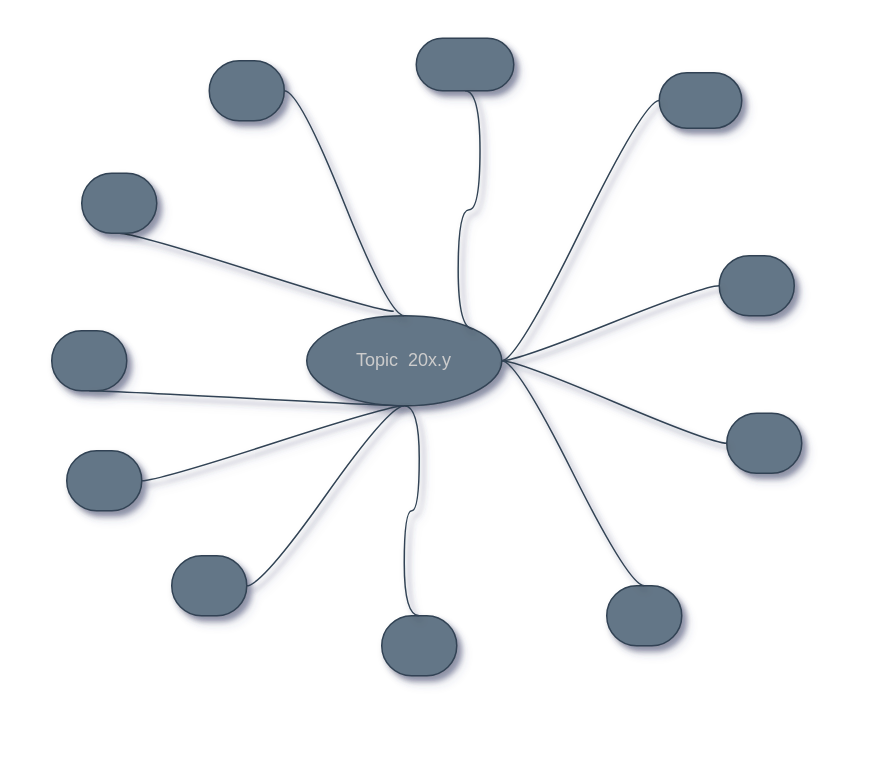
The draw.io diagram MindMaps/mindmap-209.1.drawio in marcossilvestrini/learning-lpic-2-202-450, before the edit. Source tidied: cells renumbered, new cells numbered last; positions are measured from the earlier drawing's top-left corner, leaving out a move shared by most shapes. Both pictures are drawn from the tidied source at 150%, with x=0, y=0 at pixel (51, 38).
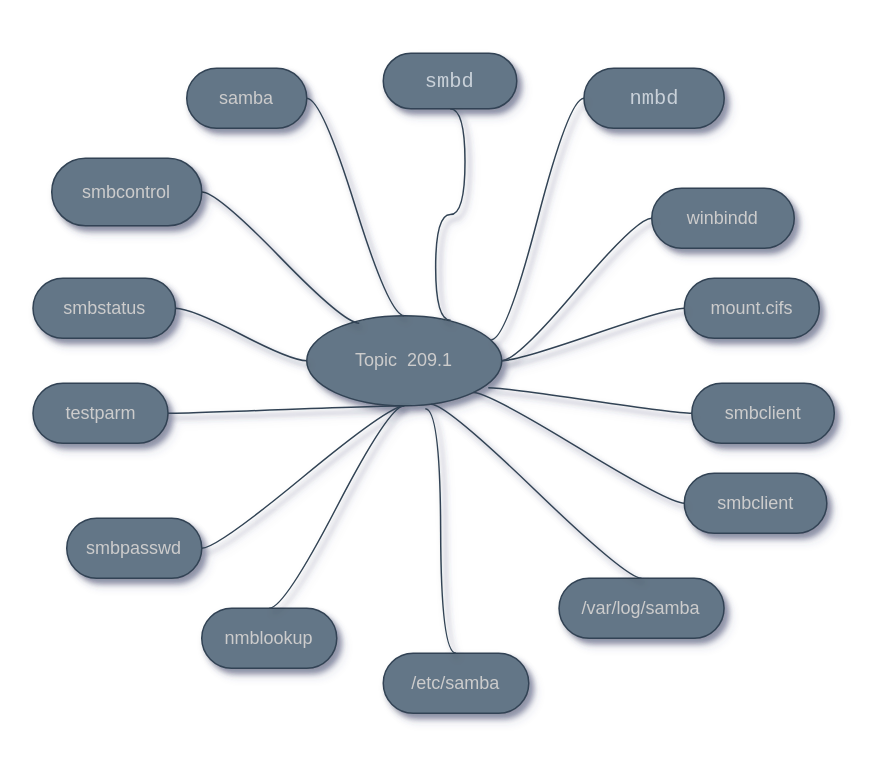
The same page after the edit.

What changed in the source:
```diff
@@
-    <mxCell id="2" value="Topic&amp;nbsp; 20x.y" style="ellipse;whiteSpace=wrap;html=1;align=center;newEdgeStyle={&quot;edgeStyle&quot;:&quot;entityRelationEdgeStyle&quot;,&quot;startArrow&quot;:&quot;none&quot;,&quot;endArrow&quot;:&quot;none&quot;,&quot;segment&quot;:10,&quot;curved&quot;:1};fillColor=#647687;fontColor=#CCCCCC;strokeColor=#314354;shadow=1;sketch=0;" parent="1" vertex="1">
+    <mxCell id="2" value="Topic&amp;nbsp; 209.1" style="ellipse;whiteSpace=wrap;html=1;align=center;newEdgeStyle={&quot;edgeStyle&quot;:&quot;entityRelationEdgeStyle&quot;,&quot;startArrow&quot;:&quot;none&quot;,&quot;endArrow&quot;:&quot;none&quot;,&quot;segment&quot;:10,&quot;curved&quot;:1};fillColor=#647687;fontColor=#CCCCCC;strokeColor=#314354;shadow=1;sketch=0;" parent="1" vertex="1">
       <mxGeometry x="170" y="185" width="130" height="60" as="geometry" />
     </mxCell>
-    <mxCell id="3" style="whiteSpace=wrap;html=1;rounded=1;arcSize=50;align=center;verticalAlign=middle;strokeWidth=1;spacing=4;newEdgeStyle={&quot;edgeStyle&quot;:&quot;entityRelationEdgeStyle&quot;,&quot;startArrow&quot;:&quot;none&quot;,&quot;endArrow&quot;:&quot;none&quot;,&quot;segment&quot;:10,&quot;curved&quot;:1};fillColor=#647687;fontColor=#CCCCCC;strokeColor=#314354;shadow=1;sketch=0;" parent="1" vertex="1">
-      <mxGeometry x="10" y="275" width="50" height="40" as="geometry" />
+    <mxCell id="3" value="testparm" style="whiteSpace=wrap;html=1;rounded=1;arcSize=50;align=center;verticalAlign=middle;strokeWidth=1;spacing=4;newEdgeStyle={&quot;edgeStyle&quot;:&quot;entityRelationEdgeStyle&quot;,&quot;startArrow&quot;:&quot;none&quot;,&quot;endArrow&quot;:&quot;none&quot;,&quot;segment&quot;:10,&quot;curved&quot;:1};fillColor=#647687;fontColor=#CCCCCC;strokeColor=#314354;shadow=1;sketch=0;" parent="1" vertex="1">
+      <mxGeometry x="-12.5" y="230" width="90" height="40" as="geometry" />
     </mxCell>
@@
-    <mxCell id="5" value="&lt;pre style=&quot;box-sizing: border-box ; font-family: , , &amp;#34;sf mono&amp;#34; , &amp;#34;menlo&amp;#34; , &amp;#34;consolas&amp;#34; , &amp;#34;liberation mono&amp;#34; , monospace ; font-size: 13.6px ; margin-top: 0px ; margin-bottom: 0px ; overflow-wrap: normal ; padding: 16px ; overflow: auto ; line-height: 1.45 ; border-radius: 6px ; word-break: normal ; color: rgb(201 , 209 , 217)&quot;&gt;&lt;br&gt;&lt;/pre&gt;" style="whiteSpace=wrap;html=1;rounded=1;arcSize=50;align=center;verticalAlign=middle;strokeWidth=1;spacing=4;newEdgeStyle={&quot;edgeStyle&quot;:&quot;entityRelationEdgeStyle&quot;,&quot;startArrow&quot;:&quot;none&quot;,&quot;endArrow&quot;:&quot;none&quot;,&quot;segment&quot;:10,&quot;curved&quot;:1};fillColor=#647687;fontColor=#CCCCCC;strokeColor=#314354;shadow=1;sketch=0;" parent="1" vertex="1">
-      <mxGeometry x="243" width="65" height="35" as="geometry" />
+    <mxCell id="5" value="&lt;pre style=&quot;box-sizing: border-box; margin-top: 0px; margin-bottom: 0px; overflow-wrap: normal; padding: 16px; overflow: auto; line-height: 1.45; border-radius: 6px; word-break: normal;&quot;&gt;&lt;font color=&quot;#c9d1d9&quot;&gt;&lt;span style=&quot;font-size: 13.6px;&quot;&gt;smbd&lt;br&gt;&lt;/span&gt;&lt;/font&gt;&lt;/pre&gt;" style="whiteSpace=wrap;html=1;rounded=1;arcSize=50;align=center;verticalAlign=middle;strokeWidth=1;spacing=4;newEdgeStyle={&quot;edgeStyle&quot;:&quot;entityRelationEdgeStyle&quot;,&quot;startArrow&quot;:&quot;none&quot;,&quot;endArrow&quot;:&quot;none&quot;,&quot;segment&quot;:10,&quot;curved&quot;:1};fillColor=#647687;fontColor=#CCCCCC;strokeColor=#314354;shadow=1;sketch=0;" parent="1" vertex="1">
+      <mxGeometry x="221" y="10" width="89" height="37" as="geometry" />
     </mxCell>
-    <mxCell id="6" style="edgeStyle=entityRelationEdgeStyle;startArrow=none;endArrow=none;segment=10;curved=1;exitX=1;exitY=0;exitDx=0;exitDy=0;fillColor=#647687;strokeColor=#314354;fontColor=#CCCCCC;shadow=1;sketch=0;entryX=0.5;entryY=1;entryDx=0;entryDy=0;" parent="1" edge="1" source="2" target="5">
+    <mxCell id="6" style="edgeStyle=entityRelationEdgeStyle;startArrow=none;endArrow=none;segment=10;curved=1;exitX=0.738;exitY=0.05;exitDx=0;exitDy=0;fillColor=#647687;strokeColor=#314354;fontColor=#CCCCCC;shadow=1;sketch=0;entryX=0.5;entryY=1;entryDx=0;entryDy=0;exitPerimeter=0;" parent="1" edge="1" source="2" target="5">
       <mxGeometry relative="1" as="geometry" />
     </mxCell>
-    <mxCell id="7" style="edgeStyle=entityRelationEdgeStyle;startArrow=none;endArrow=none;segment=10;curved=1;exitX=0.446;exitY=-0.05;exitDx=0;exitDy=0;fillColor=#647687;strokeColor=#314354;shadow=1;fontColor=#CCCCCC;sketch=0;entryX=0.5;entryY=1;entryDx=0;entryDy=0;exitPerimeter=0;" parent="1" edge="1" source="2" target="24">
+    <mxCell id="7" style="edgeStyle=entityRelationEdgeStyle;startArrow=none;endArrow=none;segment=10;curved=1;exitX=0.269;exitY=0.083;exitDx=0;exitDy=0;fillColor=#647687;strokeColor=#314354;shadow=1;fontColor=#CCCCCC;sketch=0;entryX=1;entryY=0.5;entryDx=0;entryDy=0;exitPerimeter=0;" parent="1" edge="1" source="2" target="24">
       <mxGeometry relative="1" as="geometry" />
     </mxCell>
-    <mxCell id="8" value="&lt;pre style=&quot;box-sizing: border-box ; font-family: , , &amp;#34;sf mono&amp;#34; , &amp;#34;menlo&amp;#34; , &amp;#34;consolas&amp;#34; , &amp;#34;liberation mono&amp;#34; , monospace ; font-size: 13.6px ; margin-top: 0px ; margin-bottom: 0px ; overflow-wrap: normal ; padding: 16px ; overflow: auto ; line-height: 1.45 ; border-radius: 6px ; word-break: normal ; color: rgb(201 , 209 , 217)&quot;&gt;&lt;br&gt;&lt;/pre&gt;" style="whiteSpace=wrap;html=1;rounded=1;arcSize=50;align=center;verticalAlign=middle;strokeWidth=1;spacing=4;newEdgeStyle={&quot;edgeStyle&quot;:&quot;entityRelationEdgeStyle&quot;,&quot;startArrow&quot;:&quot;none&quot;,&quot;endArrow&quot;:&quot;none&quot;,&quot;segment&quot;:10,&quot;curved&quot;:1};fillColor=#647687;fontColor=#CCCCCC;strokeColor=#314354;shadow=1;sketch=0;" parent="1" vertex="1">
-      <mxGeometry x="405" y="23" width="55" height="37" as="geometry" />
+    <mxCell id="8" value="&lt;pre style=&quot;box-sizing: border-box ; font-family: , , &amp;quot;sf mono&amp;quot; , &amp;quot;menlo&amp;quot; , &amp;quot;consolas&amp;quot; , &amp;quot;liberation mono&amp;quot; , monospace ; font-size: 13.6px ; margin-top: 0px ; margin-bottom: 0px ; overflow-wrap: normal ; padding: 16px ; overflow: auto ; line-height: 1.45 ; border-radius: 6px ; word-break: normal ; color: rgb(201 , 209 , 217)&quot;&gt;nmbd&lt;/pre&gt;" style="whiteSpace=wrap;html=1;rounded=1;arcSize=50;align=center;verticalAlign=middle;strokeWidth=1;spacing=4;newEdgeStyle={&quot;edgeStyle&quot;:&quot;entityRelationEdgeStyle&quot;,&quot;startArrow&quot;:&quot;none&quot;,&quot;endArrow&quot;:&quot;none&quot;,&quot;segment&quot;:10,&quot;curved&quot;:1};fillColor=#647687;fontColor=#CCCCCC;strokeColor=#314354;shadow=1;sketch=0;" parent="1" vertex="1">
+      <mxGeometry x="354.8" y="20" width="93.5" height="40" as="geometry" />
     </mxCell>
-    <mxCell id="9" style="edgeStyle=entityRelationEdgeStyle;startArrow=none;endArrow=none;segment=10;curved=1;fillColor=#647687;strokeColor=#314354;shadow=1;fontColor=#CCCCCC;sketch=0;" parent="1" edge="1" source="2" target="8">
+    <mxCell id="9" style="edgeStyle=entityRelationEdgeStyle;startArrow=none;endArrow=none;segment=10;curved=1;fillColor=#647687;strokeColor=#314354;shadow=1;fontColor=#CCCCCC;sketch=0;exitX=0.946;exitY=0.267;exitDx=0;exitDy=0;exitPerimeter=0;" parent="1" edge="1" source="2" target="8">
       <mxGeometry relative="1" as="geometry" />
     </mxCell>
-    <mxCell id="10" style="whiteSpace=wrap;html=1;rounded=1;arcSize=50;align=center;verticalAlign=middle;strokeWidth=1;spacing=4;newEdgeStyle={&quot;edgeStyle&quot;:&quot;entityRelationEdgeStyle&quot;,&quot;startArrow&quot;:&quot;none&quot;,&quot;endArrow&quot;:&quot;none&quot;,&quot;segment&quot;:10,&quot;curved&quot;:1};fillColor=#647687;fontColor=#CCCCCC;strokeColor=#314354;shadow=1;sketch=0;" parent="1" vertex="1">
-      <mxGeometry x="220" y="385" width="50" height="40" as="geometry" />
+    <mxCell id="10" value="nmblookup" style="whiteSpace=wrap;html=1;rounded=1;arcSize=50;align=center;verticalAlign=middle;strokeWidth=1;spacing=4;newEdgeStyle={&quot;edgeStyle&quot;:&quot;entityRelationEdgeStyle&quot;,&quot;startArrow&quot;:&quot;none&quot;,&quot;endArrow&quot;:&quot;none&quot;,&quot;segment&quot;:10,&quot;curved&quot;:1};fillColor=#647687;fontColor=#CCCCCC;strokeColor=#314354;shadow=1;sketch=0;" parent="1" vertex="1">
+      <mxGeometry x="100" y="380" width="90" height="40" as="geometry" />
     </mxCell>
@@
-    <mxCell id="12" style="whiteSpace=wrap;html=1;rounded=1;arcSize=50;align=center;verticalAlign=middle;strokeWidth=1;spacing=4;newEdgeStyle={&quot;edgeStyle&quot;:&quot;entityRelationEdgeStyle&quot;,&quot;startArrow&quot;:&quot;none&quot;,&quot;endArrow&quot;:&quot;none&quot;,&quot;segment&quot;:10,&quot;curved&quot;:1};fillColor=#647687;fontColor=#CCCCCC;strokeColor=#314354;shadow=1;sketch=0;" parent="1" vertex="1">
-      <mxGeometry x="450" y="250" width="50" height="40" as="geometry" />
+    <mxCell id="12" value="mount.cifs" style="whiteSpace=wrap;html=1;rounded=1;arcSize=50;align=center;verticalAlign=middle;strokeWidth=1;spacing=4;newEdgeStyle={&quot;edgeStyle&quot;:&quot;entityRelationEdgeStyle&quot;,&quot;startArrow&quot;:&quot;none&quot;,&quot;endArrow&quot;:&quot;none&quot;,&quot;segment&quot;:10,&quot;curved&quot;:1};fillColor=#647687;fontColor=#CCCCCC;strokeColor=#314354;shadow=1;sketch=0;" parent="1" vertex="1">
+      <mxGeometry x="421.7" y="160" width="90" height="40" as="geometry" />
     </mxCell>
@@
-    <mxCell id="14" style="whiteSpace=wrap;html=1;rounded=1;arcSize=50;align=center;verticalAlign=middle;strokeWidth=1;spacing=4;newEdgeStyle={&quot;edgeStyle&quot;:&quot;entityRelationEdgeStyle&quot;,&quot;startArrow&quot;:&quot;none&quot;,&quot;endArrow&quot;:&quot;none&quot;,&quot;segment&quot;:10,&quot;curved&quot;:1};fillColor=#647687;fontColor=#CCCCCC;strokeColor=#314354;shadow=1;sketch=0;" parent="1" vertex="1">
-      <mxGeometry x="445" y="145" width="50" height="40" as="geometry" />
+    <mxCell id="14" value="winbindd" style="whiteSpace=wrap;html=1;rounded=1;arcSize=50;align=center;verticalAlign=middle;strokeWidth=1;spacing=4;newEdgeStyle={&quot;edgeStyle&quot;:&quot;entityRelationEdgeStyle&quot;,&quot;startArrow&quot;:&quot;none&quot;,&quot;endArrow&quot;:&quot;none&quot;,&quot;segment&quot;:10,&quot;curved&quot;:1};fillColor=#647687;fontColor=#CCCCCC;strokeColor=#314354;shadow=1;sketch=0;" parent="1" vertex="1">
+      <mxGeometry x="400" y="100" width="95" height="40" as="geometry" />
     </mxCell>
@@
-    <mxCell id="16" style="whiteSpace=wrap;html=1;rounded=1;arcSize=50;align=center;verticalAlign=middle;strokeWidth=1;spacing=4;newEdgeStyle={&quot;edgeStyle&quot;:&quot;entityRelationEdgeStyle&quot;,&quot;startArrow&quot;:&quot;none&quot;,&quot;endArrow&quot;:&quot;none&quot;,&quot;segment&quot;:10,&quot;curved&quot;:1};fillColor=#647687;fontColor=#CCCCCC;strokeColor=#314354;shadow=1;sketch=0;" parent="1" vertex="1">
-      <mxGeometry x="370" y="365" width="50" height="40" as="geometry" />
+    <mxCell id="16" value="smbclient" style="whiteSpace=wrap;html=1;rounded=1;arcSize=50;align=center;verticalAlign=middle;strokeWidth=1;spacing=4;newEdgeStyle={&quot;edgeStyle&quot;:&quot;entityRelationEdgeStyle&quot;,&quot;startArrow&quot;:&quot;none&quot;,&quot;endArrow&quot;:&quot;none&quot;,&quot;segment&quot;:10,&quot;curved&quot;:1};fillColor=#647687;fontColor=#CCCCCC;strokeColor=#314354;shadow=1;sketch=0;" parent="1" vertex="1">
+      <mxGeometry x="426.7" y="230" width="95" height="40" as="geometry" />
     </mxCell>
-    <mxCell id="17" style="edgeStyle=entityRelationEdgeStyle;startArrow=none;endArrow=none;segment=10;curved=1;exitX=1;exitY=0.5;exitDx=0;exitDy=0;fillColor=#647687;strokeColor=#314354;shadow=1;fontColor=#CCCCCC;sketch=0;entryX=0.5;entryY=0;entryDx=0;entryDy=0;" parent="1" edge="1" source="2" target="16">
+    <mxCell id="17" style="edgeStyle=entityRelationEdgeStyle;startArrow=none;endArrow=none;segment=10;curved=1;exitX=0.931;exitY=0.8;exitDx=0;exitDy=0;fillColor=#647687;strokeColor=#314354;shadow=1;fontColor=#CCCCCC;sketch=0;exitPerimeter=0;" parent="1" edge="1" source="2" target="16">
       <mxGeometry relative="1" as="geometry" />
     </mxCell>
-    <mxCell id="18" style="whiteSpace=wrap;html=1;rounded=1;arcSize=50;align=center;verticalAlign=middle;strokeWidth=1;spacing=4;newEdgeStyle={&quot;edgeStyle&quot;:&quot;entityRelationEdgeStyle&quot;,&quot;startArrow&quot;:&quot;none&quot;,&quot;endArrow&quot;:&quot;none&quot;,&quot;segment&quot;:10,&quot;curved&quot;:1};fillColor=#647687;fontColor=#CCCCCC;strokeColor=#314354;shadow=1;sketch=0;" parent="1" vertex="1">
-      <mxGeometry x="80" y="345" width="50" height="40" as="geometry" />
+    <mxCell id="18" value="smbpasswd" style="whiteSpace=wrap;html=1;rounded=1;arcSize=50;align=center;verticalAlign=middle;strokeWidth=1;spacing=4;newEdgeStyle={&quot;edgeStyle&quot;:&quot;entityRelationEdgeStyle&quot;,&quot;startArrow&quot;:&quot;none&quot;,&quot;endArrow&quot;:&quot;none&quot;,&quot;segment&quot;:10,&quot;curved&quot;:1};fillColor=#647687;fontColor=#CCCCCC;strokeColor=#314354;shadow=1;sketch=0;" parent="1" vertex="1">
+      <mxGeometry x="10" y="320" width="90" height="40" as="geometry" />
     </mxCell>
@@
-    <mxCell id="20" style="whiteSpace=wrap;html=1;rounded=1;arcSize=50;align=center;verticalAlign=middle;strokeWidth=1;spacing=4;newEdgeStyle={&quot;edgeStyle&quot;:&quot;entityRelationEdgeStyle&quot;,&quot;startArrow&quot;:&quot;none&quot;,&quot;endArrow&quot;:&quot;none&quot;,&quot;segment&quot;:10,&quot;curved&quot;:1};fillColor=#647687;fontColor=#CCCCCC;strokeColor=#314354;shadow=1;sketch=0;" parent="1" vertex="1">
-      <mxGeometry y="195" width="50" height="40" as="geometry" />
+    <mxCell id="20" value="smbstatus" style="whiteSpace=wrap;html=1;rounded=1;arcSize=50;align=center;verticalAlign=middle;strokeWidth=1;spacing=4;newEdgeStyle={&quot;edgeStyle&quot;:&quot;entityRelationEdgeStyle&quot;,&quot;startArrow&quot;:&quot;none&quot;,&quot;endArrow&quot;:&quot;none&quot;,&quot;segment&quot;:10,&quot;curved&quot;:1};fillColor=#647687;fontColor=#CCCCCC;strokeColor=#314354;shadow=1;sketch=0;" parent="1" vertex="1">
+      <mxGeometry x="-12.5" y="160" width="95" height="40" as="geometry" />
     </mxCell>
-    <mxCell id="21" style="edgeStyle=entityRelationEdgeStyle;startArrow=none;endArrow=none;segment=10;curved=1;exitX=0.5;exitY=1;exitDx=0;exitDy=0;fillColor=#647687;strokeColor=#314354;shadow=1;fontColor=#CCCCCC;sketch=0;entryX=0.5;entryY=1;entryDx=0;entryDy=0;" parent="1" edge="1" source="2" target="20">
+    <mxCell id="21" style="edgeStyle=entityRelationEdgeStyle;startArrow=none;endArrow=none;segment=10;curved=1;exitX=0;exitY=0.5;exitDx=0;exitDy=0;fillColor=#647687;strokeColor=#314354;shadow=1;fontColor=#CCCCCC;sketch=0;entryX=1;entryY=0.5;entryDx=0;entryDy=0;" parent="1" edge="1" source="2" target="20">
       <mxGeometry relative="1" as="geometry" />
     </mxCell>
-    <mxCell id="22" style="whiteSpace=wrap;html=1;rounded=1;arcSize=50;align=center;verticalAlign=middle;strokeWidth=1;spacing=4;newEdgeStyle={&quot;edgeStyle&quot;:&quot;entityRelationEdgeStyle&quot;,&quot;startArrow&quot;:&quot;none&quot;,&quot;endArrow&quot;:&quot;none&quot;,&quot;segment&quot;:10,&quot;curved&quot;:1};fillColor=#647687;fontColor=#CCCCCC;strokeColor=#314354;shadow=1;sketch=0;" parent="1" vertex="1">
-      <mxGeometry x="105" y="15" width="50" height="40" as="geometry" />
+    <mxCell id="22" value="samba" style="whiteSpace=wrap;html=1;rounded=1;arcSize=50;align=center;verticalAlign=middle;strokeWidth=1;spacing=4;newEdgeStyle={&quot;edgeStyle&quot;:&quot;entityRelationEdgeStyle&quot;,&quot;startArrow&quot;:&quot;none&quot;,&quot;endArrow&quot;:&quot;none&quot;,&quot;segment&quot;:10,&quot;curved&quot;:1};fillColor=#647687;fontColor=#CCCCCC;strokeColor=#314354;shadow=1;sketch=0;" parent="1" vertex="1">
+      <mxGeometry x="90" y="20" width="80" height="40" as="geometry" />
     </mxCell>
@@
-    <mxCell id="24" style="whiteSpace=wrap;html=1;rounded=1;arcSize=50;align=center;verticalAlign=middle;strokeWidth=1;spacing=4;newEdgeStyle={&quot;edgeStyle&quot;:&quot;entityRelationEdgeStyle&quot;,&quot;startArrow&quot;:&quot;none&quot;,&quot;endArrow&quot;:&quot;none&quot;,&quot;segment&quot;:10,&quot;curved&quot;:1};fillColor=#647687;fontColor=#CCCCCC;strokeColor=#314354;shadow=1;sketch=0;" parent="1" vertex="1">
-      <mxGeometry x="20" y="90" width="50" height="40" as="geometry" />
+    <mxCell id="24" value="smbcontrol" style="whiteSpace=wrap;html=1;rounded=1;arcSize=50;align=center;verticalAlign=middle;strokeWidth=1;spacing=4;newEdgeStyle={&quot;edgeStyle&quot;:&quot;entityRelationEdgeStyle&quot;,&quot;startArrow&quot;:&quot;none&quot;,&quot;endArrow&quot;:&quot;none&quot;,&quot;segment&quot;:10,&quot;curved&quot;:1};fillColor=#647687;fontColor=#CCCCCC;strokeColor=#314354;shadow=1;sketch=0;" parent="1" vertex="1">
+      <mxGeometry y="80" width="100" height="45" as="geometry" />
     </mxCell>
+    <mxCell id="25" value="smbclient" style="whiteSpace=wrap;html=1;rounded=1;arcSize=50;align=center;verticalAlign=middle;strokeWidth=1;spacing=4;newEdgeStyle={&quot;edgeStyle&quot;:&quot;entityRelationEdgeStyle&quot;,&quot;startArrow&quot;:&quot;none&quot;,&quot;endArrow&quot;:&quot;none&quot;,&quot;segment&quot;:10,&quot;curved&quot;:1};fillColor=#647687;fontColor=#CCCCCC;strokeColor=#314354;shadow=1;sketch=0;" parent="1" vertex="1">
+      <mxGeometry x="421.7" y="290" width="95" height="40" as="geometry" />
+    </mxCell>
+    <mxCell id="26" style="edgeStyle=entityRelationEdgeStyle;startArrow=none;endArrow=none;segment=10;curved=1;exitX=1;exitY=1;exitDx=0;exitDy=0;fillColor=#647687;strokeColor=#314354;shadow=1;fontColor=#CCCCCC;sketch=0;" parent="1" edge="1" source="2" target="25">
+      <mxGeometry relative="1" as="geometry" />
+    </mxCell>
+    <mxCell id="27" value="/etc/samba" style="whiteSpace=wrap;html=1;rounded=1;arcSize=50;align=center;verticalAlign=middle;strokeWidth=1;spacing=4;newEdgeStyle={&quot;edgeStyle&quot;:&quot;entityRelationEdgeStyle&quot;,&quot;startArrow&quot;:&quot;none&quot;,&quot;endArrow&quot;:&quot;none&quot;,&quot;segment&quot;:10,&quot;curved&quot;:1};fillColor=#647687;fontColor=#CCCCCC;strokeColor=#314354;shadow=1;sketch=0;" parent="1" vertex="1">
+      <mxGeometry x="221" y="410" width="97" height="40" as="geometry" />
+    </mxCell>
+    <mxCell id="28" style="edgeStyle=entityRelationEdgeStyle;startArrow=none;endArrow=none;segment=10;curved=1;exitX=0.608;exitY=1.033;exitDx=0;exitDy=0;fillColor=#647687;strokeColor=#314354;shadow=1;fontColor=#CCCCCC;sketch=0;exitPerimeter=0;entryX=0.5;entryY=0;entryDx=0;entryDy=0;" parent="1" edge="1" source="2" target="27">
+      <mxGeometry relative="1" as="geometry" />
+    </mxCell>
+    <mxCell id="29" value="/var/log/samba" style="whiteSpace=wrap;html=1;rounded=1;arcSize=50;align=center;verticalAlign=middle;strokeWidth=1;spacing=4;newEdgeStyle={&quot;edgeStyle&quot;:&quot;entityRelationEdgeStyle&quot;,&quot;startArrow&quot;:&quot;none&quot;,&quot;endArrow&quot;:&quot;none&quot;,&quot;segment&quot;:10,&quot;curved&quot;:1};fillColor=#647687;fontColor=#CCCCCC;strokeColor=#314354;shadow=1;sketch=0;" parent="1" vertex="1">
+      <mxGeometry x="338.2" y="360" width="110" height="40" as="geometry" />
+    </mxCell>
+    <mxCell id="30" style="edgeStyle=entityRelationEdgeStyle;startArrow=none;endArrow=none;segment=10;curved=1;exitX=0.638;exitY=0.983;exitDx=0;exitDy=0;fillColor=#647687;strokeColor=#314354;shadow=1;fontColor=#CCCCCC;sketch=0;exitPerimeter=0;entryX=0.5;entryY=0;entryDx=0;entryDy=0;" parent="1" edge="1" source="2" target="29">
+      <mxGeometry relative="1" as="geometry" />
+    </mxCell>
```
